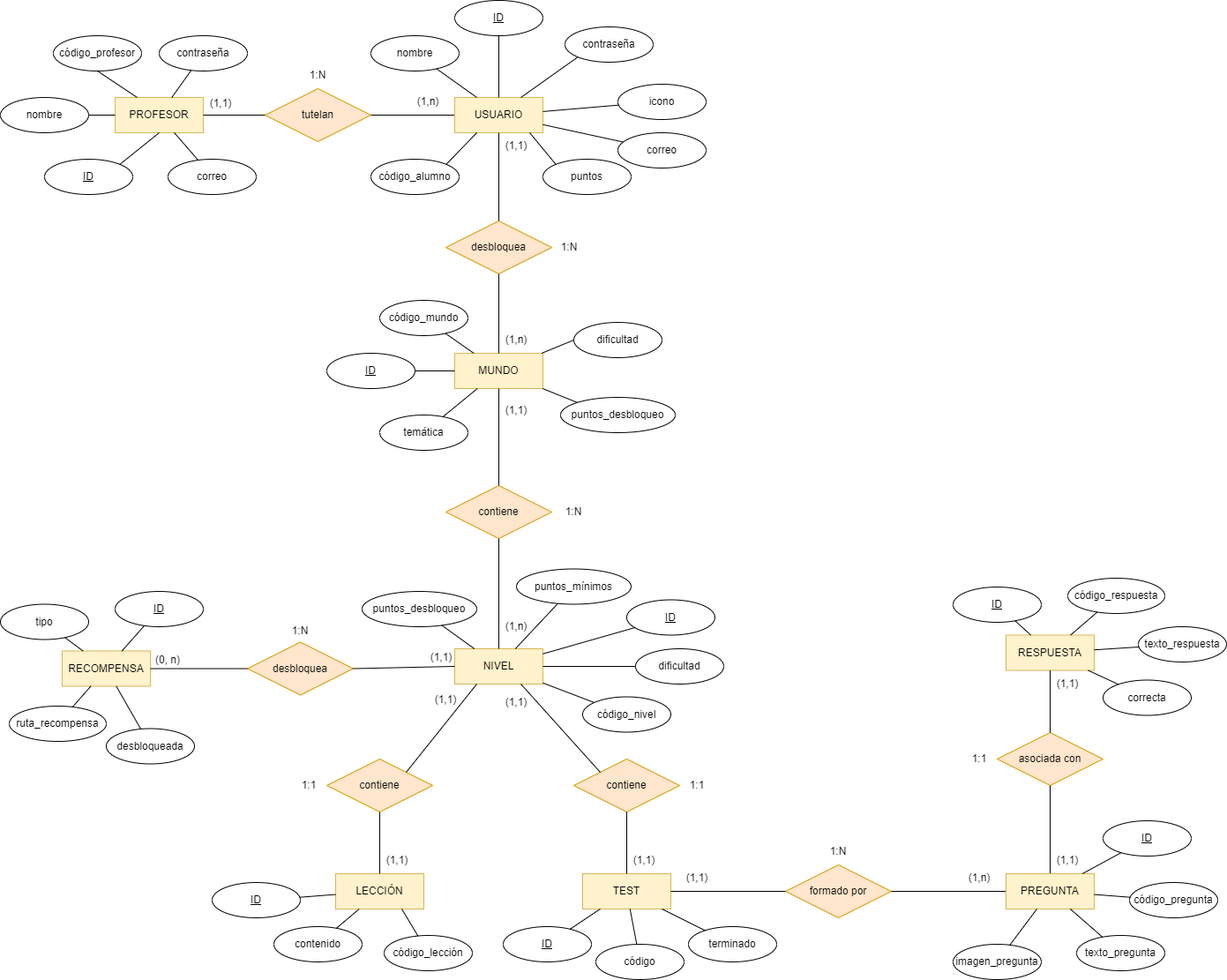
nataliacristobal98/TFG_Learn-INF keeps this draw.io diagram as Memoria del Proyecto/Diagramas/Diagrama_EntidadRelacion.png. Above is the earlier version. Source tidied: cells renumbered, new cells last; positions are measured from the earlier drawing's top-left corner, leaving out a move shared by most shapes.
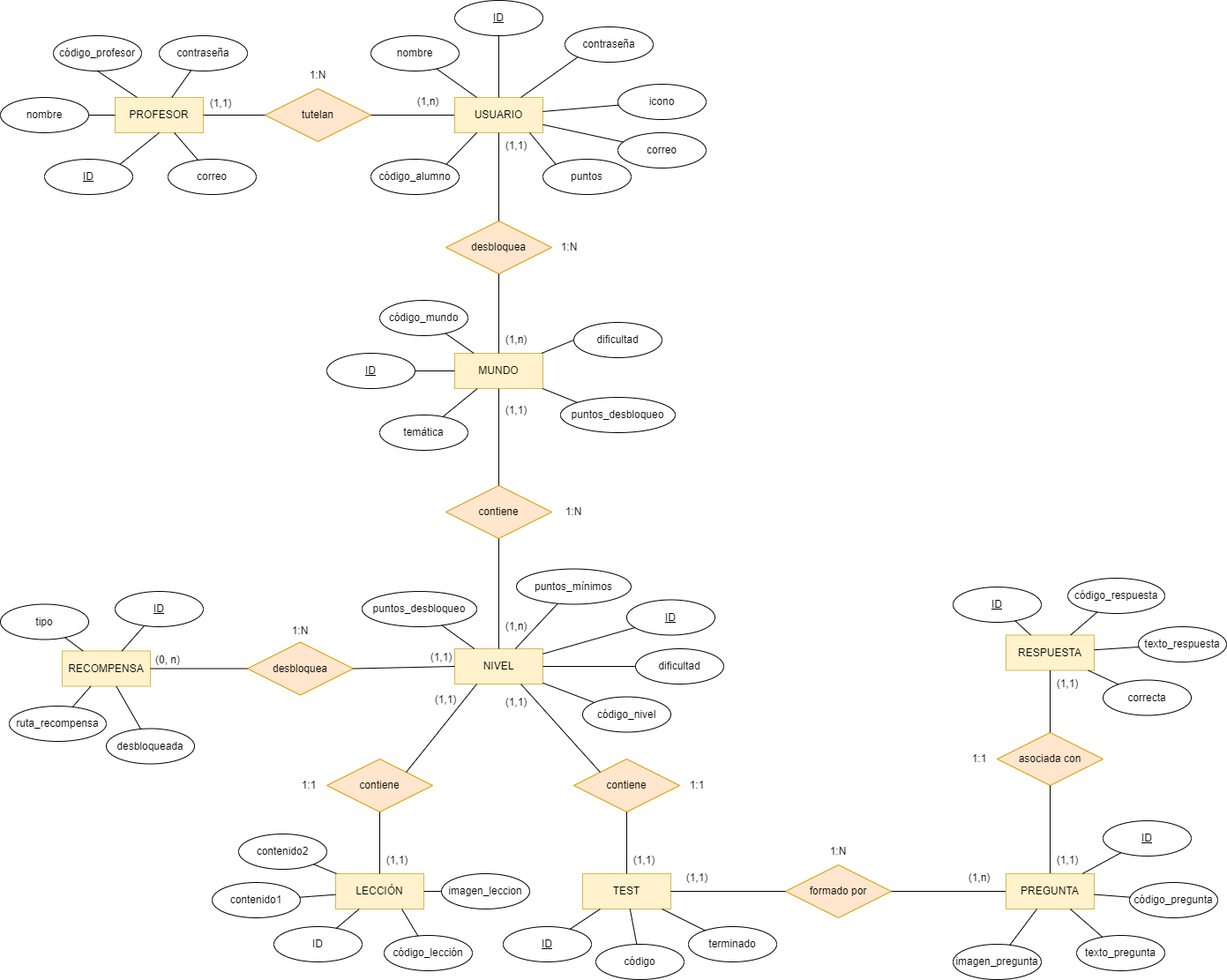
The same file after the commit.

The edit, as a diff of the source:
```diff
@@ -280,17 +280,16 @@
     <mxCell id="93" style="endArrow=none;html=1;rounded=0;" parent="1" edge="1" source="89" target="10">
       <mxGeometry relative="1" as="geometry" />
     </mxCell>
-    <mxCell id="94" value="ID" style="ellipse;whiteSpace=wrap;html=1;align=center;fontStyle=4;" parent="1" vertex="1">
-      <mxGeometry x="240" y="1000" width="100" height="40" as="geometry" />
-    </mxCell>
     <mxCell id="95" value="código_lección" style="ellipse;whiteSpace=wrap;html=1;align=center;" parent="1" vertex="1">
       <mxGeometry x="435" y="1060" width="100" height="40" as="geometry" />
     </mxCell>
-    <mxCell id="96" value="contenido" style="ellipse;whiteSpace=wrap;html=1;align=center;" parent="1" vertex="1">
+    <mxCell id="96" value="&lt;span&gt;ID&lt;/span&gt;" style="ellipse;whiteSpace=wrap;html=1;align=center;" parent="1" vertex="1">
       <mxGeometry x="310" y="1050" width="100" height="40" as="geometry" />
     </mxCell>
-    <mxCell id="97" style="endArrow=none;html=1;rounded=0;" parent="1" edge="1" source="94" target="11">
-      <mxGeometry relative="1" as="geometry" />
+    <mxCell id="97" style="endArrow=none;html=1;rounded=0;" parent="1" edge="1" target="11">
+      <mxGeometry relative="1" as="geometry">
+        <mxPoint x="339.3" y="1016.7" as="sourcePoint" />
+      </mxGeometry>
     </mxCell>
     <mxCell id="98" style="endArrow=none;html=1;rounded=0;" parent="1" edge="1" source="96" target="11">
       <mxGeometry relative="1" as="geometry" />
@@ -415,5 +414,20 @@
     <mxCell id="138" style="endArrow=none;html=1;rounded=0;" parent="1" edge="1" source="135" target="6">
       <mxGeometry relative="1" as="geometry" />
     </mxCell>
+    <mxCell id="139" value="contenido2" style="ellipse;whiteSpace=wrap;html=1;align=center;" parent="1" vertex="1">
+      <mxGeometry x="270" y="945" width="100" height="40" as="geometry" />
+    </mxCell>
+    <mxCell id="140" value="contenido1" style="ellipse;whiteSpace=wrap;html=1;align=center;" parent="1" vertex="1">
+      <mxGeometry x="240" y="1000" width="100" height="40" as="geometry" />
+    </mxCell>
+    <mxCell id="141" value="imagen_leccion" style="ellipse;whiteSpace=wrap;html=1;align=center;" parent="1" vertex="1">
+      <mxGeometry x="500" y="990" width="100" height="40" as="geometry" />
+    </mxCell>
+    <mxCell id="142" style="endArrow=none;html=1;rounded=0;" parent="1" edge="1" source="139" target="11">
+      <mxGeometry relative="1" as="geometry" />
+    </mxCell>
+    <mxCell id="143" style="endArrow=none;html=1;rounded=0;" parent="1" edge="1" source="11" target="141">
+      <mxGeometry relative="1" as="geometry" />
+    </mxCell>
   </root>
 </mxGraphModel>
```
